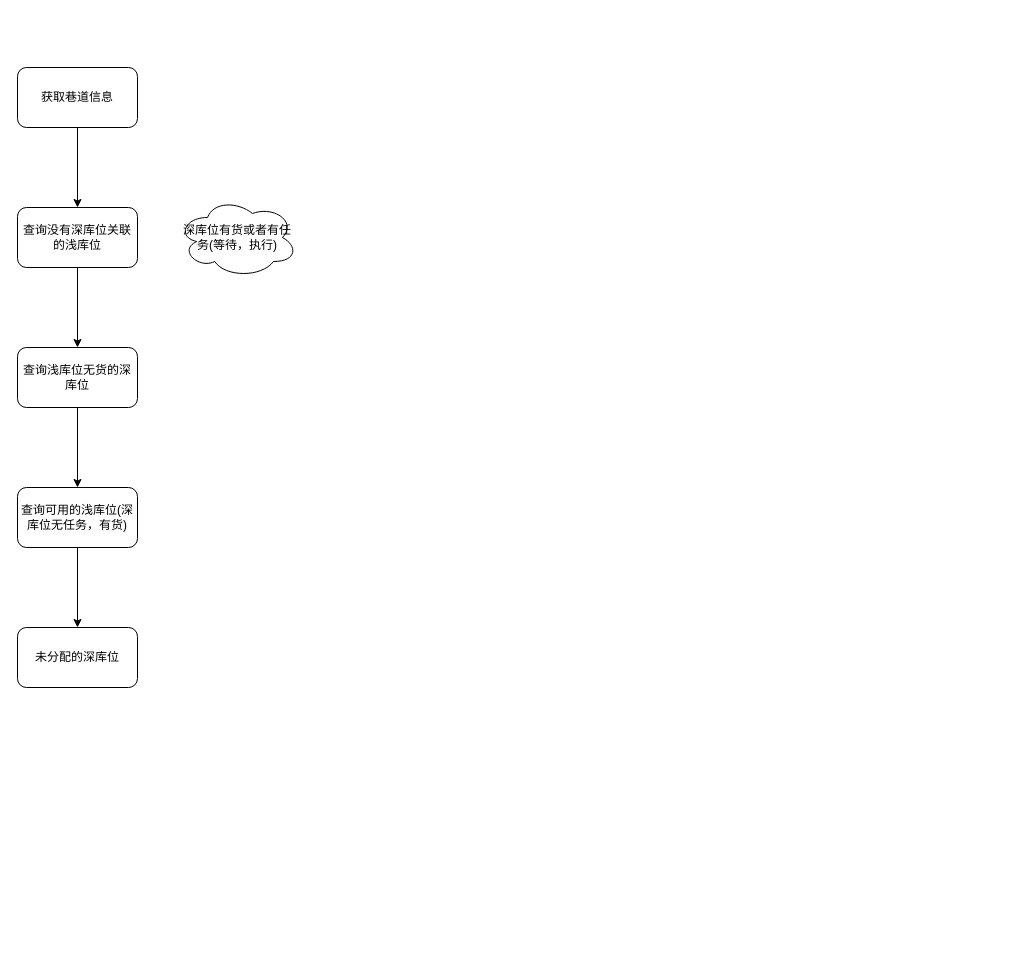
This is 默认双深入库策略.drawio from chenjunx/designpattern, a draw.io file, before an edit. Source tidied: cells renumbered, new cells numbered last; positions are measured from the earlier drawing's top-left corner, leaving out a move shared by most shapes. Both pictures are drawn from the tidied source at 100%, with x=0, y=0 at pixel (17, 67).
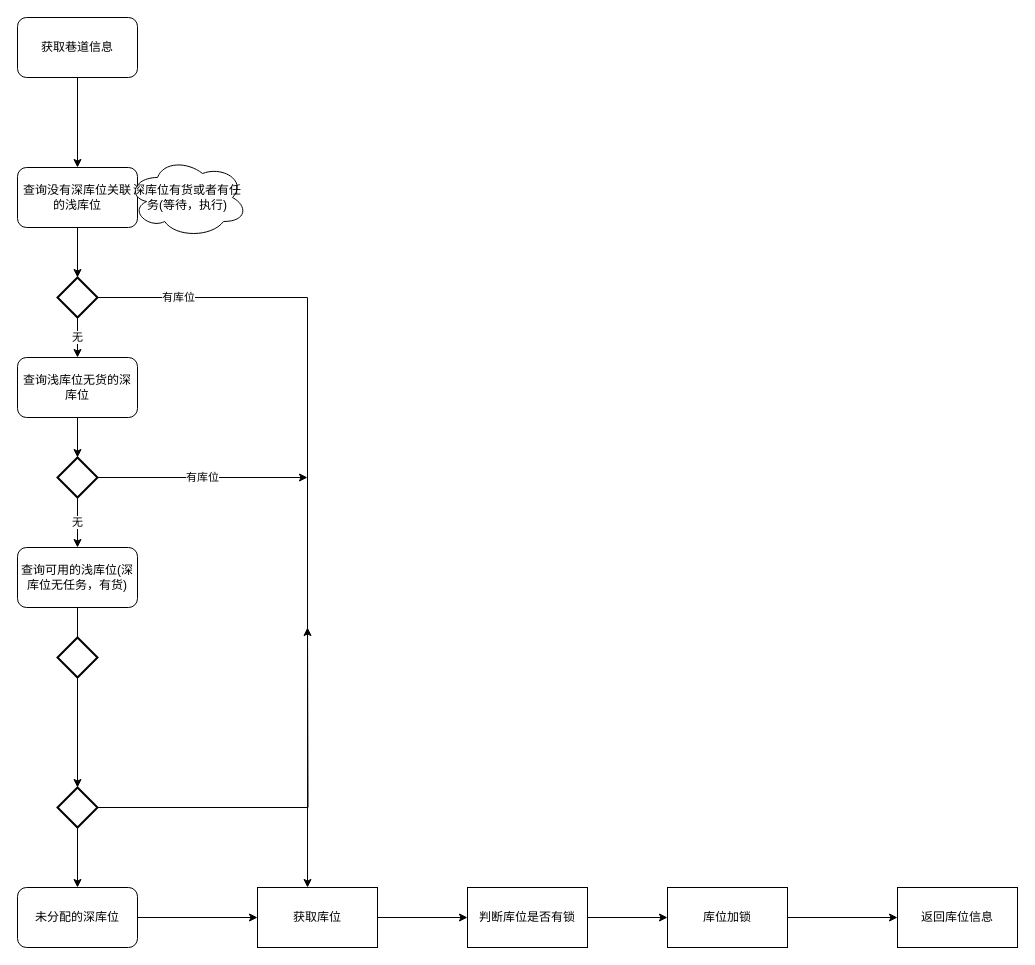
After the change.

Commit message:
更新默认双深入库策略.drawio

Diff of the diagram source:
```diff
@@
     <mxCell id="3" value="获取巷道信息" style="rounded=1;whiteSpace=wrap;html=1;" parent="1" vertex="1">
-      <mxGeometry width="120" height="60" as="geometry" />
+      <mxGeometry y="-50" width="120" height="60" as="geometry" />
     </mxCell>
-    <mxCell id="4" style="edgeStyle=orthogonalEdgeStyle;rounded=1;jettySize=auto;html=1;" parent="1" edge="1" source="5" target="7">
+    <mxCell id="4" value="无" style="edgeStyle=orthogonalEdgeStyle;rounded=1;jettySize=auto;html=1;" parent="1" edge="1" source="23" target="7">
       <mxGeometry relative="1" as="geometry" />
     </mxCell>
     <mxCell id="5" value="查询没有深库位关联的浅库位" style="rounded=1;whiteSpace=wrap;html=1;" parent="1" vertex="1">
-      <mxGeometry y="140" width="120" height="60" as="geometry" />
+      <mxGeometry y="100" width="120" height="60" as="geometry" />
     </mxCell>
-    <mxCell id="6" style="edgeStyle=orthogonalEdgeStyle;rounded=1;jettySize=auto;html=1;" parent="1" edge="1" source="7" target="9">
+    <mxCell id="6" value="无" style="edgeStyle=orthogonalEdgeStyle;rounded=1;jettySize=auto;html=1;" parent="1" edge="1" source="26" target="9">
       <mxGeometry relative="1" as="geometry" />
     </mxCell>
     <mxCell id="7" value="查询浅库位无货的深库位" style="rounded=1;whiteSpace=wrap;html=1;" parent="1" vertex="1">
-      <mxGeometry y="280" width="120" height="60" as="geometry" />
+      <mxGeometry y="290" width="120" height="60" as="geometry" />
     </mxCell>
-    <mxCell id="8" style="edgeStyle=orthogonalEdgeStyle;rounded=1;jettySize=auto;html=1;" parent="1" edge="1" source="9" target="10">
+    <mxCell id="8" style="edgeStyle=orthogonalEdgeStyle;rounded=1;jettySize=auto;html=1;" parent="1" edge="1" source="29" target="10">
       <mxGeometry relative="1" as="geometry" />
     </mxCell>
     <mxCell id="9" value="查询可用的浅库位(深库位无任务，有货)" style="rounded=1;whiteSpace=wrap;html=1;" parent="1" vertex="1">
-      <mxGeometry y="420" width="120" height="60" as="geometry" />
+      <mxGeometry y="480" width="120" height="60" as="geometry" />
     </mxCell>
+    <mxCell id="12" style="edgeStyle=orthogonalEdgeStyle;rounded=0;jettySize=auto;html=1;" parent="1" edge="1" source="10" target="14">
+      <mxGeometry relative="1" as="geometry" />
+    </mxCell>
     <mxCell id="10" value="未分配的深库位" style="rounded=1;whiteSpace=wrap;html=1;" parent="1" vertex="1">
-      <mxGeometry y="560" width="120" height="60" as="geometry" />
+      <mxGeometry y="820" width="120" height="60" as="geometry" />
     </mxCell>
     <mxCell id="11" value="深库位有货或者有任务(等待，执行)" style="ellipse;shape=cloud;whiteSpace=wrap;html=1;rounded=1;" parent="1" vertex="1">
-      <mxGeometry x="160" y="130" width="120" height="80" as="geometry" />
+      <mxGeometry x="110" y="90" width="120" height="80" as="geometry" />
     </mxCell>
+    <mxCell id="13" style="edgeStyle=orthogonalEdgeStyle;rounded=0;jettySize=auto;html=1;" parent="1" edge="1" source="14" target="16">
+      <mxGeometry relative="1" as="geometry" />
+    </mxCell>
+    <mxCell id="14" value="获取库位" style="whiteSpace=wrap;html=1;rounded=0;" parent="1" vertex="1">
+      <mxGeometry x="240" y="820" width="120" height="60" as="geometry" />
+    </mxCell>
+    <mxCell id="15" style="edgeStyle=orthogonalEdgeStyle;rounded=0;jettySize=auto;html=1;" parent="1" edge="1" source="16" target="18">
+      <mxGeometry relative="1" as="geometry" />
+    </mxCell>
+    <mxCell id="16" value="判断库位是否有锁" style="whiteSpace=wrap;html=1;rounded=0;" parent="1" vertex="1">
+      <mxGeometry x="450" y="820" width="120" height="60" as="geometry" />
+    </mxCell>
+    <mxCell id="17" style="edgeStyle=orthogonalEdgeStyle;rounded=0;jettySize=auto;html=1;" parent="1" edge="1" source="18" target="19">
+      <mxGeometry relative="1" as="geometry" />
+    </mxCell>
+    <mxCell id="18" value="库位加锁" style="whiteSpace=wrap;html=1;rounded=0;" parent="1" vertex="1">
+      <mxGeometry x="650" y="820" width="120" height="60" as="geometry" />
+    </mxCell>
+    <mxCell id="19" value="返回库位信息" style="whiteSpace=wrap;html=1;rounded=0;" parent="1" vertex="1">
+      <mxGeometry x="880" y="820" width="120" height="60" as="geometry" />
+    </mxCell>
+    <mxCell id="20" style="edgeStyle=orthogonalEdgeStyle;rounded=1;jettySize=auto;html=1;" parent="1" edge="1" source="5" target="23">
+      <mxGeometry relative="1" as="geometry" />
+    </mxCell>
+    <mxCell id="21" style="edgeStyle=orthogonalEdgeStyle;rounded=0;jettySize=auto;html=1;entryX=0.417;entryY=0;entryDx=0;entryDy=0;entryPerimeter=0;" parent="1" edge="1" source="23" target="14">
+      <mxGeometry relative="1" as="geometry" />
+    </mxCell>
+    <mxCell id="22" value="有库位" style="edgeLabel;html=1;align=center;verticalAlign=middle;" parent="21" vertex="1">
+      <mxGeometry x="-0.8" y="1" relative="1" as="geometry" />
+    </mxCell>
+    <mxCell id="23" style="strokeWidth=2;html=1;shape=mxgraph.flowchart.decision;whiteSpace=wrap;" parent="1" vertex="1">
+      <mxGeometry x="40" y="210" width="40" height="40" as="geometry" />
+    </mxCell>
+    <mxCell id="24" style="edgeStyle=orthogonalEdgeStyle;rounded=1;jettySize=auto;html=1;" parent="1" edge="1" source="7" target="26">
+      <mxGeometry relative="1" as="geometry" />
+    </mxCell>
+    <mxCell id="25" value="有库位" style="edgeStyle=orthogonalEdgeStyle;rounded=0;jettySize=auto;html=1;" parent="1" edge="1" source="26">
+      <mxGeometry relative="1" as="geometry">
+        <mxPoint x="290" y="410" as="targetPoint" />
+      </mxGeometry>
+    </mxCell>
+    <mxCell id="26" style="strokeWidth=2;html=1;shape=mxgraph.flowchart.decision;whiteSpace=wrap;" parent="1" vertex="1">
+      <mxGeometry x="40" y="390" width="40" height="40" as="geometry" />
+    </mxCell>
+    <mxCell id="27" style="edgeStyle=orthogonalEdgeStyle;rounded=1;jettySize=auto;html=1;" parent="1" edge="1" source="9" target="29">
+      <mxGeometry relative="1" as="geometry" />
+    </mxCell>
+    <mxCell id="28" style="edgeStyle=orthogonalEdgeStyle;rounded=0;jettySize=auto;html=1;" parent="1" edge="1" source="29">
+      <mxGeometry relative="1" as="geometry">
+        <mxPoint x="290" y="560" as="targetPoint" />
+      </mxGeometry>
+    </mxCell>
+    <mxCell id="29" style="strokeWidth=2;html=1;shape=mxgraph.flowchart.decision;whiteSpace=wrap;" parent="1" vertex="1">
+      <mxGeometry x="40" y="720" width="40" height="40" as="geometry" />
+    </mxCell>
+    <mxCell id="30" style="strokeWidth=2;html=1;shape=mxgraph.flowchart.decision;whiteSpace=wrap;" parent="1" vertex="1">
+      <mxGeometry x="40" y="570" width="40" height="40" as="geometry" />
+    </mxCell>
```
